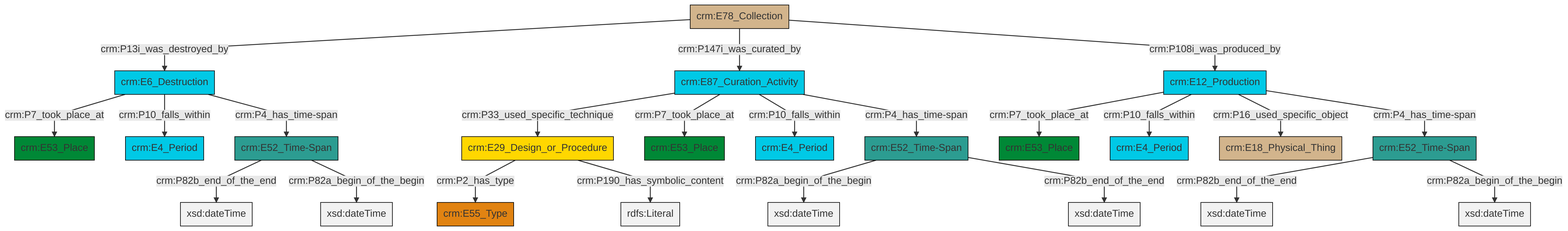
Above: et/archivalCSV/ttl/mmd/png/archival_existence.png in swiss-art-research-net/docs.swissartresearch (Mermaid), before the change. Its source is kept beside it as et/archivalCSV/ttl/mmd/archival_existence.ttl.mmd.
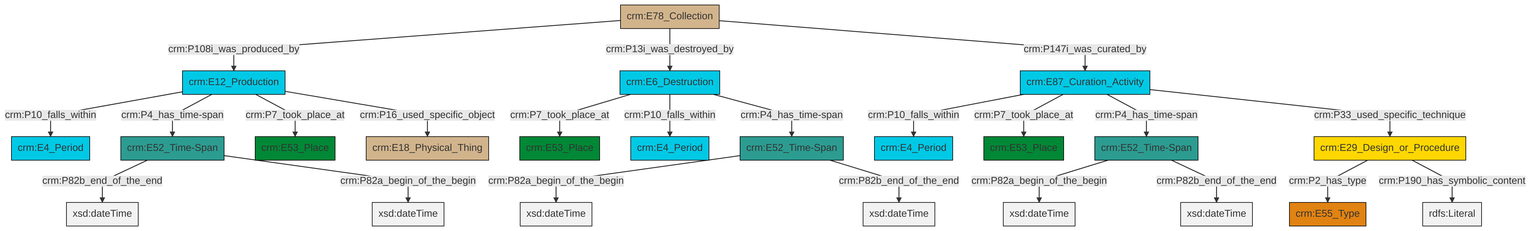
The same file after the commit.

What changed in the source:
```diff
@@ -13,25 +13,25 @@
 classDef PC_Classes fill:#4ce600, stroke:#000000;
 classDef Multi fill:#cccccc,stroke:#000000;
 
-0["crm:E78_Collection"]:::Physical_Thing -->|crm:P13i_was_destroyed_by| 1["crm:E6_Destruction"]:::Temporal_Entity
-2["crm:E29_Design_or_Procedure"]:::Conceptual_Object -->|crm:P2_has_type| 3["crm:E55_Type"]:::Type
-9["crm:E87_Curation_Activity"]:::Temporal_Entity -->|crm:P33_used_specific_technique| 2["crm:E29_Design_or_Procedure"]:::Conceptual_Object
-0["crm:E78_Collection"]:::Physical_Thing -->|crm:P147i_was_curated_by| 9["crm:E87_Curation_Activity"]:::Temporal_Entity
-0["crm:E78_Collection"]:::Physical_Thing -->|crm:P108i_was_produced_by| 12["crm:E12_Production"]:::Temporal_Entity
-12["crm:E12_Production"]:::Temporal_Entity -->|crm:P7_took_place_at| 13["crm:E53_Place"]:::Place
-2["crm:E29_Design_or_Procedure"]:::Conceptual_Object -->|crm:P190_has_symbolic_content| 14[rdfs:Literal]:::Literal
-1["crm:E6_Destruction"]:::Temporal_Entity -->|crm:P7_took_place_at| 10["crm:E53_Place"]:::Place
-5["crm:E52_Time-Span"]:::Time-Span -->|crm:P82a_begin_of_the_begin| 15[xsd:dateTime]:::Literal
-5["crm:E52_Time-Span"]:::Time-Span -->|crm:P82b_end_of_the_end| 16[xsd:dateTime]:::Literal
-9["crm:E87_Curation_Activity"]:::Temporal_Entity -->|crm:P7_took_place_at| 19["crm:E53_Place"]:::Place
-12["crm:E12_Production"]:::Temporal_Entity -->|crm:P10_falls_within| 22["crm:E4_Period"]:::Temporal_Entity
-12["crm:E12_Production"]:::Temporal_Entity -->|crm:P16_used_specific_object| 27["crm:E18_Physical_Thing"]:::Physical_Thing
-1["crm:E6_Destruction"]:::Temporal_Entity -->|crm:P10_falls_within| 7["crm:E4_Period"]:::Temporal_Entity
-9["crm:E87_Curation_Activity"]:::Temporal_Entity -->|crm:P10_falls_within| 28["crm:E4_Period"]:::Temporal_Entity
-25["crm:E52_Time-Span"]:::Time-Span -->|crm:P82b_end_of_the_end| 32[xsd:dateTime]:::Literal
-1["crm:E6_Destruction"]:::Temporal_Entity -->|crm:P4_has_time-span| 17["crm:E52_Time-Span"]:::Time-Span
-12["crm:E12_Production"]:::Temporal_Entity -->|crm:P4_has_time-span| 25["crm:E52_Time-Span"]:::Time-Span
-25["crm:E52_Time-Span"]:::Time-Span -->|crm:P82a_begin_of_the_begin| 33[xsd:dateTime]:::Literal
-17["crm:E52_Time-Span"]:::Time-Span -->|crm:P82b_end_of_the_end| 34[xsd:dateTime]:::Literal
-17["crm:E52_Time-Span"]:::Time-Span -->|crm:P82a_begin_of_the_begin| 37[xsd:dateTime]:::Literal
-9["crm:E87_Curation_Activity"]:::Temporal_Entity -->|crm:P4_has_time-span| 5["crm:E52_Time-Span"]:::Time-Span
+0["crm:E12_Production"]:::Temporal_Entity -->|crm:P10_falls_within| 1["crm:E4_Period"]:::Temporal_Entity
+0["crm:E12_Production"]:::Temporal_Entity -->|crm:P4_has_time-span| 2["crm:E52_Time-Span"]:::Time-Span
+5["crm:E78_Collection"]:::Physical_Thing -->|crm:P108i_was_produced_by| 0["crm:E12_Production"]:::Temporal_Entity
+2["crm:E52_Time-Span"]:::Time-Span -->|crm:P82b_end_of_the_end| 8[xsd:dateTime]:::Literal
+9["crm:E29_Design_or_Procedure"]:::Conceptual_Object -->|crm:P2_has_type| 10["crm:E55_Type"]:::Type
+6["crm:E52_Time-Span"]:::Time-Span -->|crm:P82a_begin_of_the_begin| 11[xsd:dateTime]:::Literal
+2["crm:E52_Time-Span"]:::Time-Span -->|crm:P82a_begin_of_the_begin| 16[xsd:dateTime]:::Literal
+17["crm:E6_Destruction"]:::Temporal_Entity -->|crm:P7_took_place_at| 18["crm:E53_Place"]:::Place
+6["crm:E52_Time-Span"]:::Time-Span -->|crm:P82b_end_of_the_end| 24[xsd:dateTime]:::Literal
+12["crm:E87_Curation_Activity"]:::Temporal_Entity -->|crm:P10_falls_within| 25["crm:E4_Period"]:::Temporal_Entity
+0["crm:E12_Production"]:::Temporal_Entity -->|crm:P7_took_place_at| 3["crm:E53_Place"]:::Place
+12["crm:E87_Curation_Activity"]:::Temporal_Entity -->|crm:P7_took_place_at| 28["crm:E53_Place"]:::Place
+9["crm:E29_Design_or_Procedure"]:::Conceptual_Object -->|crm:P190_has_symbolic_content| 31[rdfs:Literal]:::Literal
+29["crm:E52_Time-Span"]:::Time-Span -->|crm:P82a_begin_of_the_begin| 33[xsd:dateTime]:::Literal
+12["crm:E87_Curation_Activity"]:::Temporal_Entity -->|crm:P4_has_time-span| 6["crm:E52_Time-Span"]:::Time-Span
+5["crm:E78_Collection"]:::Physical_Thing -->|crm:P13i_was_destroyed_by| 17["crm:E6_Destruction"]:::Temporal_Entity
+29["crm:E52_Time-Span"]:::Time-Span -->|crm:P82b_end_of_the_end| 36[xsd:dateTime]:::Literal
+5["crm:E78_Collection"]:::Physical_Thing -->|crm:P147i_was_curated_by| 12["crm:E87_Curation_Activity"]:::Temporal_Entity
+12["crm:E87_Curation_Activity"]:::Temporal_Entity -->|crm:P33_used_specific_technique| 9["crm:E29_Design_or_Procedure"]:::Conceptual_Object
+0["crm:E12_Production"]:::Temporal_Entity -->|crm:P16_used_specific_object| 21["crm:E18_Physical_Thing"]:::Physical_Thing
+17["crm:E6_Destruction"]:::Temporal_Entity -->|crm:P10_falls_within| 14["crm:E4_Period"]:::Temporal_Entity
+17["crm:E6_Destruction"]:::Temporal_Entity -->|crm:P4_has_time-span| 29["crm:E52_Time-Span"]:::Time-Span
```
